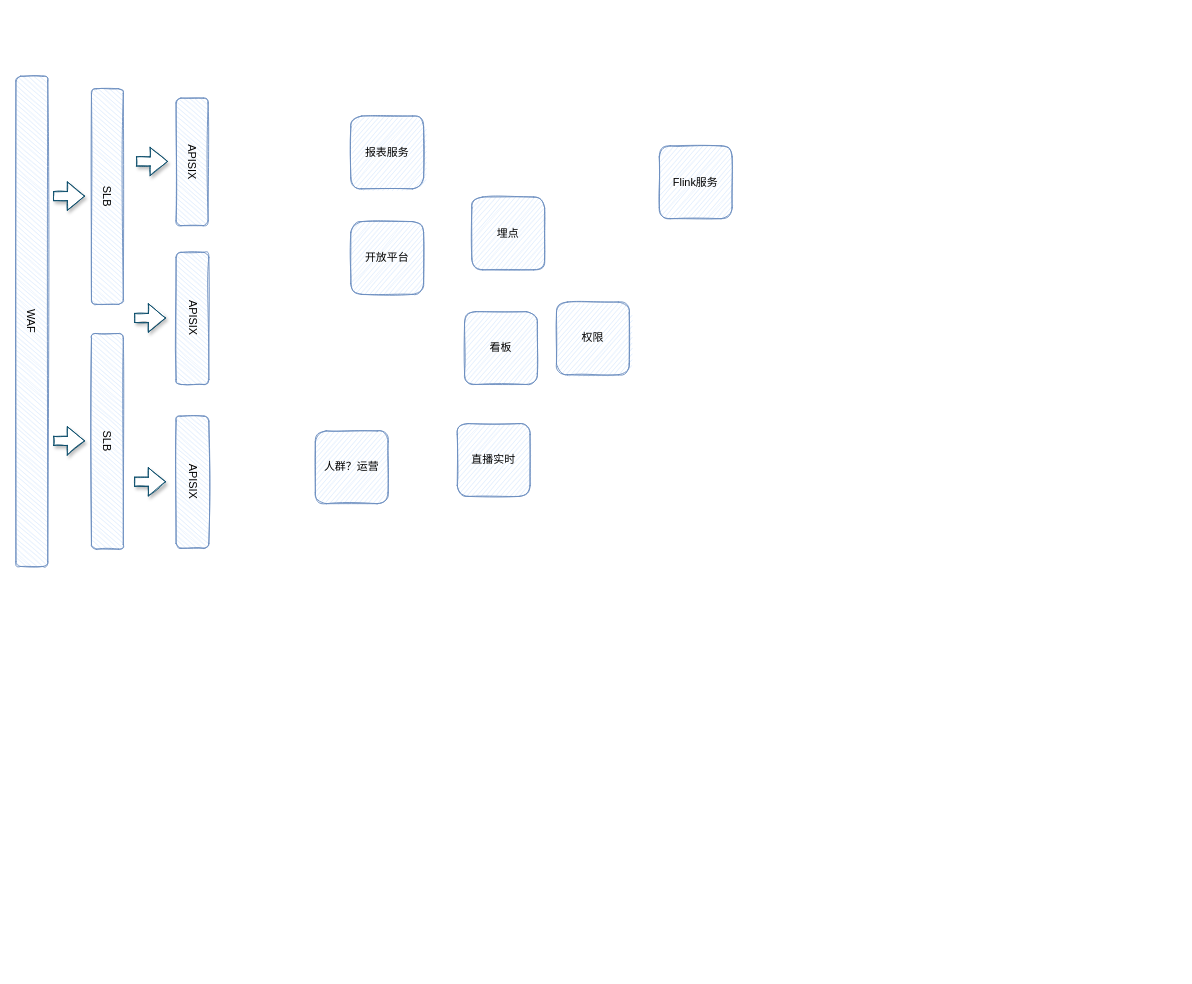
Above: 数据线架构图.drawio in okhanyu/drawio (draw.io), before the change. Source tidied: cells renumbered, new cells numbered last; positions are measured from the earlier drawing's top-left corner, leaving out a move shared by most shapes. Both pictures are drawn from the tidied source at 91%, with x=0, y=0 at pixel (-214, 116).
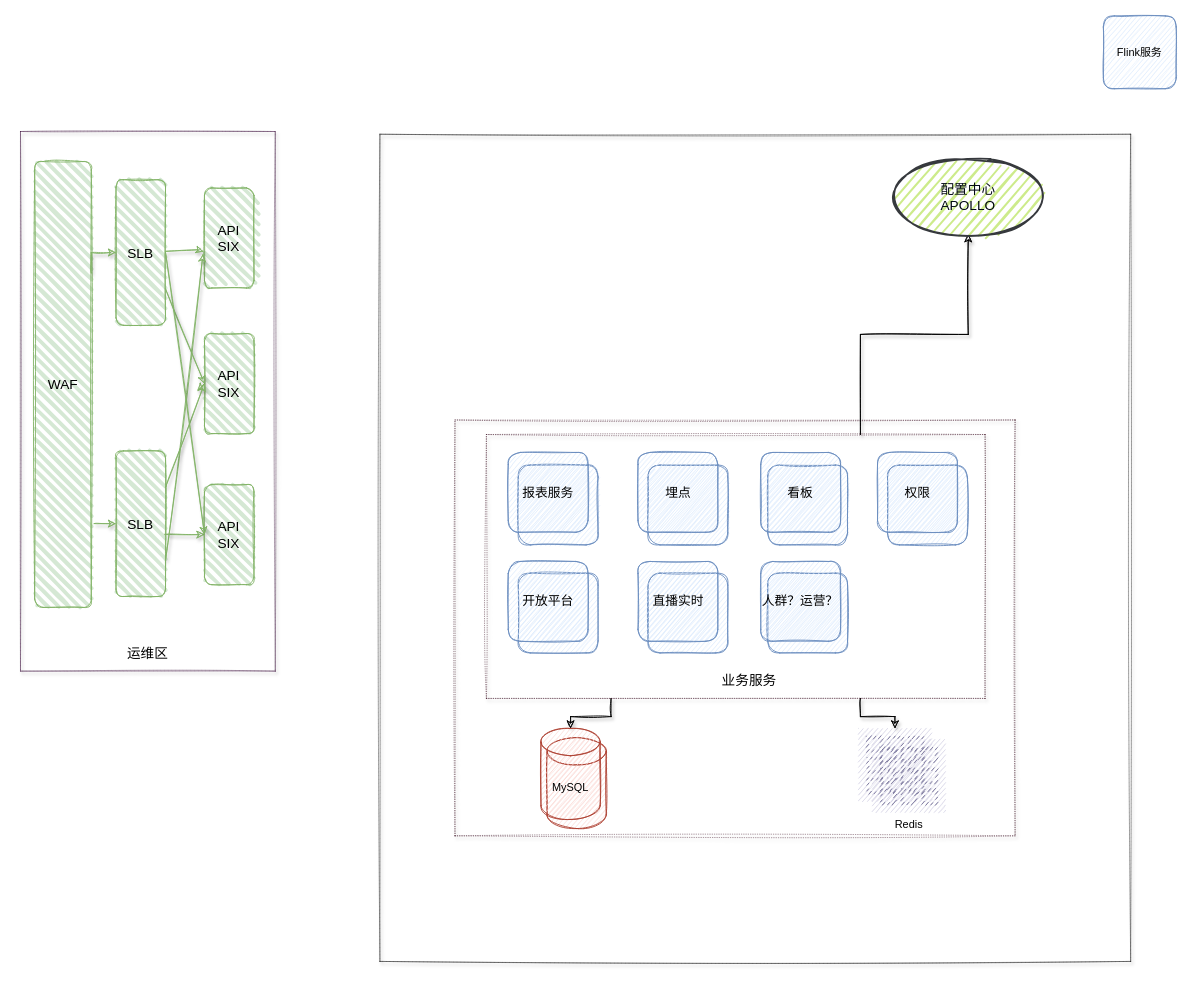
After the change.

Commit message (it also covers changes not shown here):
更新数据线架构图.drawio

Diff of the diagram source:
```diff
@@
-    <mxCell id="2" value="WAF" style="rounded=1;whiteSpace=wrap;html=1;sketch=1;strokeColor=#6c8ebf;rotation=90;shadow=0;glass=0;fillColor=#dae8fc;labelBackgroundColor=none;" parent="1" vertex="1">
-      <mxGeometry x="0.1" y="208.1" width="538.8" height="35" as="geometry" />
-    </mxCell>
-    <mxCell id="3" value="SLB" style="rounded=1;whiteSpace=wrap;html=1;sketch=1;strokeColor=#6c8ebf;rotation=90;shadow=0;glass=0;fillColor=#dae8fc;labelBackgroundColor=none;" parent="1" vertex="1">
-      <mxGeometry x="234" y="71" width="237" height="35" as="geometry" />
-    </mxCell>
-    <mxCell id="4" value="APISIX" style="rounded=1;whiteSpace=wrap;html=1;sketch=1;strokeColor=#6c8ebf;rotation=90;shadow=0;glass=0;fillColor=#dae8fc;labelBackgroundColor=none;" parent="1" vertex="1">
-      <mxGeometry x="375.5" y="32.8" width="140.2" height="35.2" as="geometry" />
-    </mxCell>
-    <mxCell id="5" value="SLB" style="rounded=1;whiteSpace=wrap;html=1;sketch=1;strokeColor=#6c8ebf;rotation=90;shadow=0;glass=0;fillColor=#dae8fc;labelBackgroundColor=none;" parent="1" vertex="1">
-      <mxGeometry x="234" y="340" width="237" height="35" as="geometry" />
-    </mxCell>
-    <mxCell id="6" value="APISIX" style="rounded=1;whiteSpace=wrap;html=1;sketch=1;strokeColor=#6c8ebf;rotation=90;shadow=0;glass=0;fillColor=#dae8fc;labelBackgroundColor=none;" parent="1" vertex="1">
-      <mxGeometry x="373.4" y="204.4" width="145.2" height="36" as="geometry" />
-    </mxCell>
-    <mxCell id="7" value="APISIX" style="rounded=1;whiteSpace=wrap;html=1;sketch=1;strokeColor=#6c8ebf;rotation=90;shadow=0;glass=0;fillColor=#dae8fc;labelBackgroundColor=none;" parent="1" vertex="1">
-      <mxGeometry x="373.4" y="384.4" width="145.2" height="36" as="geometry" />
-    </mxCell>
-    <mxCell id="8" style="shape=flexArrow;endArrow=classic;html=1;fontColor=#000000;strokeColor=#0B4D6A;fillColor=#ffffff;shadow=1;sketch=1;" parent="1" edge="1">
-      <mxGeometry relative="1" as="geometry">
-        <mxPoint x="293" y="88" as="sourcePoint" />
-        <mxPoint x="328" y="88" as="targetPoint" />
-      </mxGeometry>
-    </mxCell>
-    <mxCell id="9" style="shape=flexArrow;endArrow=classic;html=1;fontColor=#000000;strokeColor=#0B4D6A;fillColor=#ffffff;shadow=1;sketch=1;" parent="1" edge="1">
-      <mxGeometry relative="1" as="geometry">
-        <mxPoint x="293" y="357" as="sourcePoint" />
-        <mxPoint x="328" y="357" as="targetPoint" />
-      </mxGeometry>
-    </mxCell>
-    <mxCell id="10" style="shape=flexArrow;endArrow=classic;html=1;fontColor=#000000;strokeColor=#0B4D6A;fillColor=#ffffff;shadow=1;sketch=1;" parent="1" edge="1">
-      <mxGeometry relative="1" as="geometry">
-        <mxPoint x="384" y="49.9" as="sourcePoint" />
-        <mxPoint x="419" y="49.9" as="targetPoint" />
-      </mxGeometry>
-    </mxCell>
-    <mxCell id="11" style="shape=flexArrow;endArrow=classic;html=1;fontColor=#000000;strokeColor=#0B4D6A;fillColor=#ffffff;shadow=1;sketch=1;" parent="1" edge="1">
-      <mxGeometry relative="1" as="geometry">
-        <mxPoint x="382" y="221.9" as="sourcePoint" />
-        <mxPoint x="417" y="221.9" as="targetPoint" />
-      </mxGeometry>
-    </mxCell>
-    <mxCell id="12" style="shape=flexArrow;endArrow=classic;html=1;fontColor=#000000;strokeColor=#0B4D6A;fillColor=#ffffff;shadow=1;sketch=1;" parent="1" edge="1">
-      <mxGeometry relative="1" as="geometry">
-        <mxPoint x="382" y="401.9" as="sourcePoint" />
-        <mxPoint x="417" y="401.9" as="targetPoint" />
-      </mxGeometry>
-    </mxCell>
+    <mxCell id="21" style="rounded=0;whiteSpace=wrap;html=1;shadow=1;sketch=1;fontSize=15;strokeWidth=0.5;fillColor=none;dashed=1;dashPattern=1 2;glass=0;" parent="1" vertex="1">
+      <mxGeometry x="652" y="20" width="825" height="909" as="geometry" />
+    </mxCell>
+    <mxCell id="22" style="rounded=0;whiteSpace=wrap;html=1;shadow=1;sketch=1;fillColor=none;fontSize=14;dashed=1;perimeterSpacing=0;strokeColor=#33001A;strokeWidth=0.5;dashPattern=1 4;" parent="1" vertex="1">
+      <mxGeometry x="734.5" y="334" width="615.5" height="457" as="geometry" />
+    </mxCell>
+    <mxCell id="23" style="outlineConnect=0;strokeColor=#56517e;fillColor=#d0cee2;dashed=0;verticalLabelPosition=bottom;verticalAlign=top;align=center;html=1;fontSize=12;fontStyle=0;shape=mxgraph.aws4.resourceIcon;resIcon=mxgraph.aws4.instances_2;shadow=0;sketch=1;" parent="1" vertex="1">
+      <mxGeometry x="1178" y="673" width="80" height="80" as="geometry" />
+    </mxCell>
+    <mxCell id="24" style="edgeStyle=orthogonalEdgeStyle;rounded=0;sketch=1;jettySize=auto;html=1;exitX=0.75;exitY=0;exitDx=0;exitDy=0;entryX=0.5;entryY=1;entryDx=0;entryDy=0;shadow=1;fontSize=15;" parent="1" edge="1" source="27" target="55">
+      <mxGeometry relative="1" as="geometry" />
+    </mxCell>
+    <mxCell id="25" style="edgeStyle=orthogonalEdgeStyle;rounded=0;sketch=1;jettySize=auto;html=1;exitX=0.25;exitY=1;exitDx=0;exitDy=0;entryX=0.5;entryY=0;entryDx=0;entryDy=0;entryPerimeter=0;shadow=1;fontSize=15;strokeWidth=1;" parent="1" edge="1" source="27" target="54">
+      <mxGeometry relative="1" as="geometry" />
+    </mxCell>
+    <mxCell id="26" style="edgeStyle=orthogonalEdgeStyle;rounded=0;sketch=1;jettySize=auto;html=1;exitX=0.75;exitY=1;exitDx=0;exitDy=0;shadow=1;fontSize=15;strokeWidth=1;" parent="1" edge="1" source="27" target="23">
+      <mxGeometry relative="1" as="geometry" />
+    </mxCell>
+    <mxCell id="27" style="rounded=0;whiteSpace=wrap;html=1;shadow=1;sketch=1;fillColor=none;fontSize=14;dashed=1;perimeterSpacing=0;strokeColor=#33001A;strokeWidth=0.5;dashPattern=1 4;" parent="1" vertex="1">
+      <mxGeometry x="769" y="350" width="548" height="290" as="geometry" />
+    </mxCell>
+    <mxCell id="28" style="whiteSpace=wrap;html=1;rounded=1;shadow=0;glass=0;labelBackgroundColor=none;fillColor=#dae8fc;sketch=1;fontSize=14;strokeWidth=1;strokeColor=#6c8ebf;" parent="1" vertex="1">
+      <mxGeometry x="1078.2" y="502.3" width="87.7" height="87.7" as="geometry" />
+    </mxCell>
+    <mxCell id="19" value="人群？运营？" style="whiteSpace=wrap;html=1;rounded=1;shadow=0;glass=0;labelBackgroundColor=none;fillColor=#dae8fc;sketch=1;fontSize=14;strokeWidth=1;strokeColor=#6c8ebf;" parent="1" vertex="1">
+      <mxGeometry x="1070.5" y="489.5" width="87.7" height="87.7" as="geometry" />
+    </mxCell>
+    <mxCell id="29" style="whiteSpace=wrap;html=1;rounded=1;shadow=0;glass=0;labelBackgroundColor=none;fillColor=#dae8fc;sketch=1;fontSize=14;strokeWidth=1;strokeColor=#6c8ebf;" parent="1" vertex="1">
+      <mxGeometry x="946.6" y="502.3" width="87.7" height="87.7" as="geometry" />
+    </mxCell>
+    <mxCell id="30" style="whiteSpace=wrap;html=1;rounded=1;shadow=0;glass=0;labelBackgroundColor=none;fillColor=#dae8fc;sketch=1;fontSize=14;strokeWidth=1;strokeColor=#6c8ebf;" parent="1" vertex="1">
+      <mxGeometry x="804" y="383.6" width="87.7" height="87.7" as="geometry" />
+    </mxCell>
+    <mxCell id="31" style="whiteSpace=wrap;html=1;rounded=1;shadow=0;glass=0;labelBackgroundColor=none;fillColor=#dae8fc;sketch=1;fontSize=14;strokeWidth=1;strokeColor=#6c8ebf;" parent="1" vertex="1">
+      <mxGeometry x="1078.2" y="383.6" width="87.7" height="87.7" as="geometry" />
+    </mxCell>
+    <mxCell id="32" style="whiteSpace=wrap;html=1;rounded=1;shadow=0;glass=0;labelBackgroundColor=none;fillColor=#dae8fc;sketch=1;fontSize=14;strokeWidth=1;strokeColor=#6c8ebf;" parent="1" vertex="1">
+      <mxGeometry x="946.6" y="383.6" width="87.7" height="87.7" as="geometry" />
+    </mxCell>
+    <mxCell id="33" style="whiteSpace=wrap;html=1;rounded=1;shadow=0;glass=0;labelBackgroundColor=none;fillColor=#dae8fc;sketch=1;fontSize=14;strokeWidth=1;strokeColor=#6c8ebf;" parent="1" vertex="1">
+      <mxGeometry x="1209.8" y="383.6" width="87.7" height="87.7" as="geometry" />
+    </mxCell>
+    <mxCell id="15" value="Flink服务" style="whiteSpace=wrap;html=1;rounded=1;shadow=0;glass=0;labelBackgroundColor=none;strokeColor=#6c8ebf;fillColor=#dae8fc;sketch=1;" parent="1" vertex="1">
+      <mxGeometry x="1447" y="-110" width="80" height="80" as="geometry" />
+    </mxCell>
-    <mxCell id="13" value="报表服务" style="whiteSpace=wrap;html=1;rounded=1;shadow=0;glass=0;labelBackgroundColor=none;sketch=1;strokeColor=#6c8ebf;fillColor=#dae8fc;" parent="1" vertex="1">
-      <mxGeometry x="620" width="80" height="80" as="geometry" />
+    <mxCell id="13" value="报表服务" style="whiteSpace=wrap;html=1;rounded=1;shadow=0;glass=0;labelBackgroundColor=none;fillColor=#dae8fc;sketch=1;fontSize=14;strokeWidth=1;strokeColor=#6c8ebf;" parent="1" vertex="1">
+      <mxGeometry x="793" y="369.7" width="87.7" height="87.7" as="geometry" />
     </mxCell>
-    <mxCell id="14" value="开放平台" style="whiteSpace=wrap;html=1;rounded=1;shadow=0;glass=0;labelBackgroundColor=none;sketch=1;strokeColor=#6c8ebf;fillColor=#dae8fc;" parent="1" vertex="1">
-      <mxGeometry x="620" y="116" width="80" height="80" as="geometry" />
-    </mxCell>
-    <mxCell id="15" value="Flink服务" style="whiteSpace=wrap;html=1;rounded=1;shadow=0;glass=0;labelBackgroundColor=none;sketch=1;strokeColor=#6c8ebf;fillColor=#dae8fc;" parent="1" vertex="1">
-      <mxGeometry x="959" y="32.8" width="80" height="80" as="geometry" />
-    </mxCell>
-    <mxCell id="16" value="直播实时" style="whiteSpace=wrap;html=1;rounded=1;shadow=0;glass=0;labelBackgroundColor=none;sketch=1;strokeColor=#6c8ebf;fillColor=#dae8fc;" parent="1" vertex="1">
-      <mxGeometry x="737" y="338" width="80" height="80" as="geometry" />
-    </mxCell>
-    <mxCell id="17" value="看板" style="whiteSpace=wrap;html=1;rounded=1;shadow=0;glass=0;labelBackgroundColor=none;sketch=1;strokeColor=#6c8ebf;fillColor=#dae8fc;" parent="1" vertex="1">
-      <mxGeometry x="745" y="215" width="80" height="80" as="geometry" />
+    <mxCell id="17" value="看板" style="whiteSpace=wrap;html=1;rounded=1;shadow=0;glass=0;labelBackgroundColor=none;fillColor=#dae8fc;sketch=1;fontSize=14;strokeWidth=1;strokeColor=#6c8ebf;" parent="1" vertex="1">
+      <mxGeometry x="1070.5" y="369.7" width="87.7" height="87.7" as="geometry" />
     </mxCell>
-    <mxCell id="18" value="埋点" style="whiteSpace=wrap;html=1;rounded=1;shadow=0;glass=0;labelBackgroundColor=none;sketch=1;strokeColor=#6c8ebf;fillColor=#dae8fc;" parent="1" vertex="1">
-      <mxGeometry x="753" y="89" width="80" height="80" as="geometry" />
+    <mxCell id="18" value="埋点" style="whiteSpace=wrap;html=1;rounded=1;shadow=0;glass=0;labelBackgroundColor=none;fillColor=#dae8fc;sketch=1;fontSize=14;strokeWidth=1;strokeColor=#6c8ebf;" parent="1" vertex="1">
+      <mxGeometry x="935.6" y="369.7" width="87.7" height="87.7" as="geometry" />
     </mxCell>
-    <mxCell id="19" value="人群？运营" style="whiteSpace=wrap;html=1;rounded=1;shadow=0;glass=0;labelBackgroundColor=none;sketch=1;strokeColor=#6c8ebf;fillColor=#dae8fc;" parent="1" vertex="1">
-      <mxGeometry x="581" y="346" width="80" height="80" as="geometry" />
-    </mxCell>
-    <mxCell id="20" value="权限" style="whiteSpace=wrap;html=1;rounded=1;shadow=0;glass=0;labelBackgroundColor=none;sketch=1;strokeColor=#6c8ebf;fillColor=#dae8fc;" parent="1" vertex="1">
-      <mxGeometry x="846" y="204.4" width="80" height="80" as="geometry" />
+    <mxCell id="20" value="权限" style="whiteSpace=wrap;html=1;rounded=1;shadow=0;glass=0;labelBackgroundColor=none;fillColor=#dae8fc;sketch=1;fontSize=14;strokeWidth=1;strokeColor=#6c8ebf;" parent="1" vertex="1">
+      <mxGeometry x="1198.8" y="369.7" width="87.7" height="87.7" as="geometry" />
     </mxCell>
+    <mxCell id="34" style="whiteSpace=wrap;html=1;rounded=1;shadow=0;glass=0;labelBackgroundColor=none;fillColor=#dae8fc;sketch=1;fontSize=14;strokeWidth=1;strokeColor=#6c8ebf;" parent="1" vertex="1">
+      <mxGeometry x="804" y="502.3" width="87.7" height="87.7" as="geometry" />
+    </mxCell>
+    <mxCell id="14" value="开放平台" style="whiteSpace=wrap;html=1;rounded=1;shadow=0;glass=0;labelBackgroundColor=none;fillColor=#dae8fc;sketch=1;fontSize=14;strokeWidth=1;strokeColor=#6c8ebf;" parent="1" vertex="1">
+      <mxGeometry x="793" y="489.5" width="87.7" height="87.7" as="geometry" />
+    </mxCell>
+    <mxCell id="16" value="直播实时" style="whiteSpace=wrap;html=1;rounded=1;shadow=0;glass=0;labelBackgroundColor=none;fillColor=#dae8fc;sketch=1;fontSize=14;strokeWidth=1;strokeColor=#6c8ebf;" parent="1" vertex="1">
+      <mxGeometry x="935.6" y="489.5" width="87.7" height="87.7" as="geometry" />
+    </mxCell>
+    <mxCell id="35" style="rounded=0;whiteSpace=wrap;html=1;sketch=1;fillColor=none;shadow=1;strokeWidth=0.5;strokeColor=#330033;dashed=1;dashPattern=1 2;" parent="1" vertex="1">
+      <mxGeometry x="257" y="17" width="280" height="593" as="geometry" />
+    </mxCell>
+    <mxCell id="2" value="&lt;font style=&quot;font-size: 15px;&quot;&gt;WAF&lt;/font&gt;" style="rounded=1;whiteSpace=wrap;html=1;strokeWidth=1;fillWeight=4;hachureGap=8;hachureAngle=45;sketch=1;fillStyle=hachure;fontStyle=0;fontSize=15;fillColor=#d5e8d4;strokeColor=#82b366;" parent="1" vertex="1">
+      <mxGeometry x="272.6" y="50" width="62.2" height="490" as="geometry" />
+    </mxCell>
+    <mxCell id="36" value="&lt;span style=&quot;font-size: 15px;&quot;&gt;SLB&lt;/span&gt;" style="rounded=1;whiteSpace=wrap;html=1;strokeWidth=1;fillWeight=4;hachureGap=8;hachureAngle=45;sketch=1;fillStyle=hachure;fontStyle=0;fontSize=15;fillColor=#d5e8d4;strokeColor=#82b366;" parent="1" vertex="1">
+      <mxGeometry x="362" y="70" width="54.4" height="160" as="geometry" />
+    </mxCell>
+    <mxCell id="37" style="edgeStyle=none;rounded=0;sketch=1;jettySize=auto;html=1;exitX=1;exitY=0.25;exitDx=0;exitDy=0;entryX=0;entryY=0.5;entryDx=0;entryDy=0;shadow=1;fontStyle=0;fontSize=15;fillColor=#d5e8d4;strokeColor=#82b366;" parent="1" edge="1" source="2" target="36">
+      <mxGeometry x="40" y="157" as="geometry">
+        <Array as="points">
+          <mxPoint x="334.8" y="150" />
+        </Array>
+      </mxGeometry>
+    </mxCell>
+    <mxCell id="38" style="rounded=0;sketch=1;jettySize=auto;html=1;entryX=0;entryY=0.5;entryDx=0;entryDy=0;shadow=1;fontStyle=0;fontSize=15;fillColor=#d5e8d4;strokeColor=#82b366;" parent="1" edge="1" target="48">
+      <mxGeometry x="40" y="157" as="geometry">
+        <mxPoint x="412.6" y="460" as="sourcePoint" />
+      </mxGeometry>
+    </mxCell>
+    <mxCell id="39" value="&lt;span style=&quot;font-size: 15px;&quot;&gt;SLB&lt;/span&gt;" style="rounded=1;whiteSpace=wrap;html=1;strokeWidth=1;fillWeight=4;hachureGap=8;hachureAngle=45;sketch=1;fillStyle=hachure;fontStyle=0;fontSize=15;fillColor=#d5e8d4;strokeColor=#82b366;" parent="1" vertex="1">
+      <mxGeometry x="362" y="368" width="54.4" height="160" as="geometry" />
+    </mxCell>
+    <mxCell id="40" style="edgeStyle=orthogonalEdgeStyle;rounded=0;sketch=1;jettySize=auto;html=1;exitX=1.05;exitY=0.812;exitDx=0;exitDy=0;exitPerimeter=0;shadow=1;fontStyle=0;fontSize=15;fillColor=#d5e8d4;strokeColor=#82b366;" parent="1" edge="1" source="2" target="39">
+      <mxGeometry x="40" y="157" as="geometry" />
+    </mxCell>
+    <mxCell id="41" value="&lt;span style=&quot;font-size: 15px;&quot;&gt;API&lt;br style=&quot;font-size: 15px;&quot;&gt;SIX&lt;/span&gt;" style="rounded=1;whiteSpace=wrap;html=1;strokeWidth=1;fillWeight=4;hachureGap=8;hachureAngle=45;sketch=1;fillStyle=hachure;fontStyle=0;fontSize=15;fillColor=#d5e8d4;strokeColor=#82b366;" parent="1" vertex="1">
+      <mxGeometry x="459.2" y="79" width="54.4" height="110" as="geometry" />
+    </mxCell>
+    <mxCell id="42" style="rounded=0;sketch=1;jettySize=auto;html=1;entryX=-0.02;entryY=0.636;entryDx=0;entryDy=0;entryPerimeter=0;shadow=1;fontStyle=0;fontSize=15;fillColor=#d5e8d4;strokeColor=#82b366;" parent="1" edge="1" source="36" target="41">
+      <mxGeometry x="40" y="157" as="geometry">
+        <Array as="points">
+          <mxPoint x="451.4" y="147" />
+        </Array>
+      </mxGeometry>
+    </mxCell>
+    <mxCell id="43" style="rounded=0;sketch=1;jettySize=auto;html=1;exitX=1;exitY=0.75;exitDx=0;exitDy=0;entryX=-0.029;entryY=0.66;entryDx=0;entryDy=0;entryPerimeter=0;shadow=1;fontStyle=0;fontSize=15;fillColor=#d5e8d4;strokeColor=#82b366;" parent="1" edge="1" source="39" target="41">
+      <mxGeometry x="40" y="157" as="geometry" />
+    </mxCell>
+    <mxCell id="44" style="rounded=0;sketch=1;jettySize=auto;html=1;exitX=0;exitY=0.5;exitDx=0;exitDy=0;shadow=1;fontStyle=0;fontSize=15;strokeWidth=1;fillColor=#d5e8d4;strokeColor=#82b366;" parent="1" edge="1" source="45">
+      <mxGeometry x="40" y="157" as="geometry">
+        <mxPoint x="451.4" y="302" as="targetPoint" />
+      </mxGeometry>
+    </mxCell>
+    <mxCell id="45" value="&lt;span style=&quot;font-size: 15px;&quot;&gt;API&lt;br style=&quot;font-size: 15px;&quot;&gt;SIX&lt;/span&gt;" style="rounded=1;whiteSpace=wrap;html=1;strokeWidth=1;fillWeight=4;hachureGap=8;hachureAngle=45;sketch=1;fillStyle=hachure;fontStyle=0;fontSize=15;fillColor=#d5e8d4;strokeColor=#82b366;" parent="1" vertex="1">
+      <mxGeometry x="459.2" y="239" width="54.4" height="110" as="geometry" />
+    </mxCell>
+    <mxCell id="46" style="rounded=0;sketch=1;jettySize=auto;html=1;exitX=1;exitY=0.75;exitDx=0;exitDy=0;entryX=0;entryY=0.5;entryDx=0;entryDy=0;shadow=1;fontStyle=0;fontSize=15;fillColor=#d5e8d4;strokeColor=#82b366;" parent="1" edge="1" source="36" target="45">
+      <mxGeometry x="40" y="157" as="geometry" />
+    </mxCell>
+    <mxCell id="47" style="rounded=0;sketch=1;jettySize=auto;html=1;exitX=1;exitY=0.25;exitDx=0;exitDy=0;entryX=0;entryY=0.5;entryDx=0;entryDy=0;shadow=1;fontStyle=0;fontSize=15;fillColor=#d5e8d4;strokeColor=#82b366;" parent="1" edge="1" source="39" target="45">
+      <mxGeometry x="40" y="157" as="geometry" />
+    </mxCell>
+    <mxCell id="48" value="&lt;span style=&quot;font-size: 15px;&quot;&gt;API&lt;br style=&quot;font-size: 15px;&quot;&gt;SIX&lt;/span&gt;" style="rounded=1;whiteSpace=wrap;html=1;strokeWidth=1;fillWeight=4;hachureGap=8;hachureAngle=45;sketch=1;fillStyle=hachure;fontStyle=0;fontSize=15;fillColor=#d5e8d4;strokeColor=#82b366;" parent="1" vertex="1">
+      <mxGeometry x="459.2" y="405" width="54.4" height="110" as="geometry" />
+    </mxCell>
+    <mxCell id="49" style="rounded=0;sketch=1;jettySize=auto;html=1;exitX=1;exitY=0.5;exitDx=0;exitDy=0;entryX=0;entryY=0.5;entryDx=0;entryDy=0;shadow=1;fontStyle=0;fontSize=15;fillColor=#d5e8d4;strokeColor=#82b366;" parent="1" edge="1" source="36" target="48">
+      <mxGeometry x="40" y="157" as="geometry" />
+    </mxCell>
+    <mxCell id="50" value="运维区" style="text;html=1;strokeColor=none;fillColor=none;align=center;verticalAlign=middle;whiteSpace=wrap;rounded=0;shadow=1;sketch=1;fontStyle=0;fontSize=15;" parent="1" vertex="1">
+      <mxGeometry x="369.8" y="580" width="54.4" height="20" as="geometry" />
+    </mxCell>
+    <mxCell id="51" value="业务服务" style="text;html=1;fillColor=none;align=center;verticalAlign=middle;whiteSpace=wrap;rounded=0;shadow=0;sketch=0;fontSize=15;strokeWidth=1;" parent="1" vertex="1">
+      <mxGeometry x="1016" y="610" width="84" height="20" as="geometry" />
+    </mxCell>
+    <mxCell id="52" value="Redis" style="strokeColor=#56517e;fillColor=#d0cee2;dashed=0;verticalLabelPosition=bottom;verticalAlign=top;align=center;html=1;fontSize=12;fontStyle=0;shape=mxgraph.aws4.resourceIcon;resIcon=mxgraph.aws4.instances_2;shadow=0;sketch=1;" parent="1" vertex="1">
+      <mxGeometry x="1193" y="685" width="80" height="80" as="geometry" />
+    </mxCell>
+    <mxCell id="53" style="shape=cylinder3;whiteSpace=wrap;html=1;boundedLbl=1;backgroundOutline=1;size=15;shadow=0;sketch=1;fontSize=15;strokeColor=#ae4132;strokeWidth=1;fillColor=#fad9d5;" parent="1" vertex="1">
+      <mxGeometry x="835.7" y="683" width="65" height="100" as="geometry" />
+    </mxCell>
+    <mxCell id="54" value="&lt;font style=&quot;font-size: 12px&quot;&gt;MySQL&lt;/font&gt;" style="shape=cylinder3;whiteSpace=wrap;html=1;boundedLbl=1;backgroundOutline=1;size=15;shadow=0;sketch=1;fontSize=15;strokeColor=#ae4132;strokeWidth=1;fillColor=#fad9d5;" parent="1" vertex="1">
+      <mxGeometry x="829" y="673" width="65" height="100" as="geometry" />
+    </mxCell>
+    <mxCell id="55" value="&lt;font color=&quot;#030914&quot; style=&quot;font-size: 15px&quot;&gt;配置中心&lt;br&gt;APOLLO&lt;/font&gt;" style="ellipse;whiteSpace=wrap;html=1;strokeWidth=2;fillWeight=2;hachureGap=8;fillStyle=dots;sketch=1;shadow=0;fontSize=15;fillColor=#cdeb8b;strokeColor=#36393d;" parent="1" vertex="1">
+      <mxGeometry x="1212" y="48" width="173" height="82" as="geometry" />
+    </mxCell>
```
